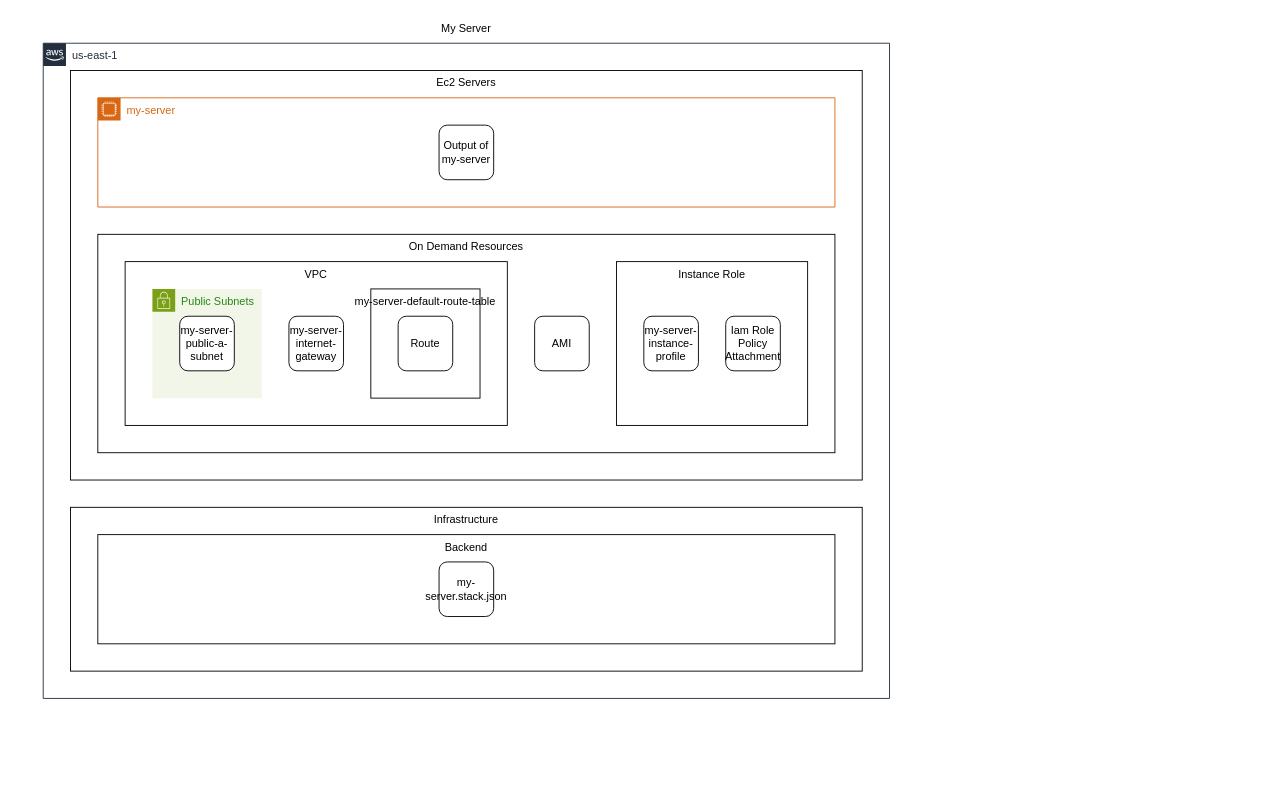
This is sites/www/src/docs/examples/show-cases/ec2-servers/output/my-server-all.drawio from dinghydev/dinghy, a draw.io file, before an edit. Source tidied: cells renumbered, new cells numbered last; positions are measured from the earlier drawing's top-left corner, leaving out a move shared by most shapes. Both pictures are drawn from the tidied source at 91%, with x=0, y=0 at pixel (15, 15).
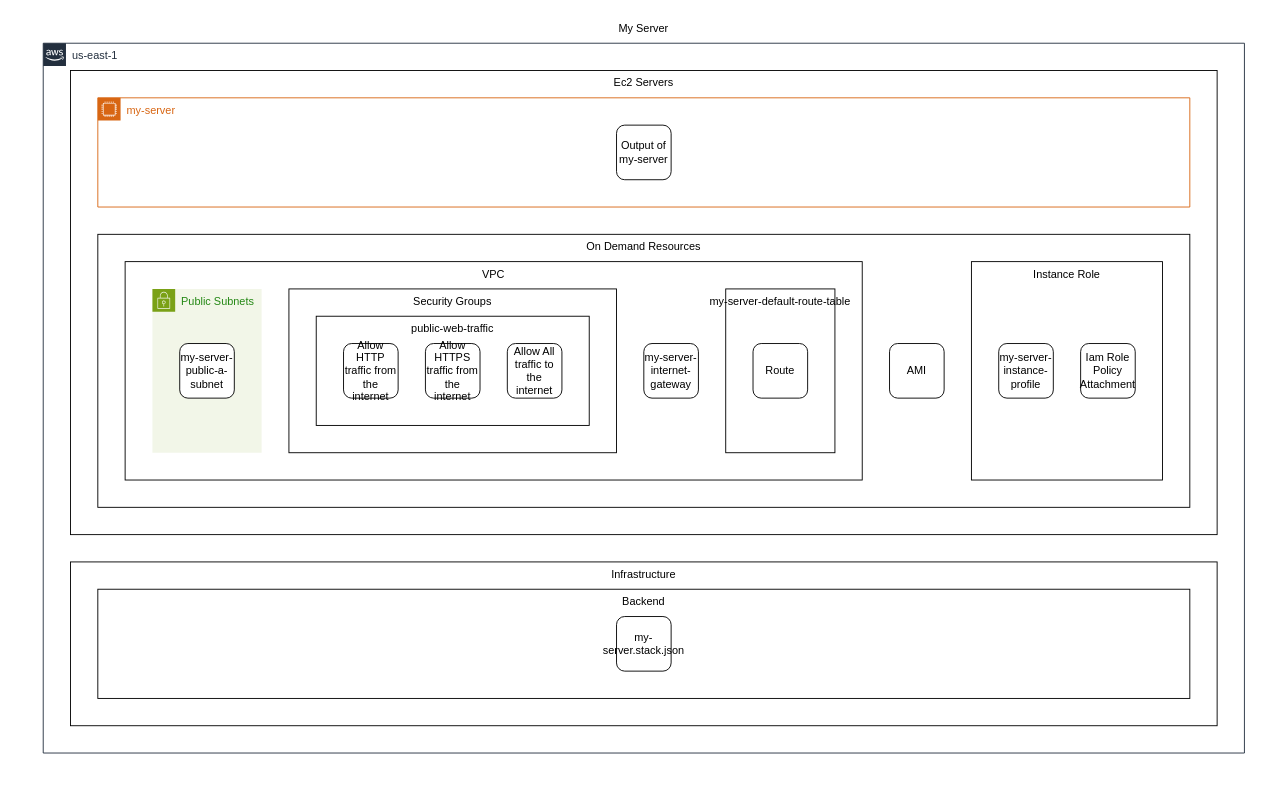
After the change.

The edit, as a diff of the source:
```diff
@@
     <mxCell id="2" value="My Server" style="verticalAlign=top;align=center;spacingLeft=5;spacingRight=5;spacingBottom=5;strokeColor=none;" parent="1" vertex="1">
-      <mxGeometry width="990" height="780" as="geometry" />
+      <mxGeometry width="1380" height="840" as="geometry" />
     </mxCell>
     <mxCell id="3" value="us-east-1" style="verticalAlign=top;align=left;spacingLeft=30;spacingRight=5;spacingBottom=5;gradientColor=none;html=1;whiteSpace=wrap;fontSize=12;fontStyle=0;shape=mxgraph.aws4.group;grIcon=mxgraph.aws4.group_aws_cloud_alt;strokeColor=#232F3E;fillColor=none;fontColor=#232F3E;dashed=0;" parent="2" vertex="1">
-      <mxGeometry x="30" y="30" width="930" height="720" as="geometry" />
+      <mxGeometry x="30" y="30" width="1320" height="780" as="geometry" />
     </mxCell>
     <mxCell id="4" value="Ec2 Servers" style="verticalAlign=top;align=center;spacingLeft=5;spacingRight=5;spacingBottom=5;" parent="3" vertex="1">
-      <mxGeometry x="30" y="30" width="870" height="450" as="geometry" />
+      <mxGeometry x="30" y="30" width="1260" height="510" as="geometry" />
     </mxCell>
     <mxCell id="5" value="my-server" style="verticalAlign=top;align=left;spacingLeft=30;spacingRight=5;spacingBottom=5;gradientColor=none;html=1;whiteSpace=wrap;fontSize=12;fontStyle=0;shape=mxgraph.aws4.group;grIcon=mxgraph.aws4.group_ec2_instance_contents;strokeColor=#D86613;fillColor=none;fontColor=#D86613;dashed=0;" parent="4" vertex="1">
-      <mxGeometry x="30" y="30" width="810" height="120" as="geometry" />
+      <mxGeometry x="30" y="30" width="1200" height="120" as="geometry" />
     </mxCell>
     <mxCell id="6" value="Output of my-server" style="rounded=1;whiteSpace=wrap;verticalAlign=middle;align=center;" parent="5" vertex="1">
-      <mxGeometry x="375" y="30" width="60" height="60" as="geometry" />
+      <mxGeometry x="570" y="30" width="60" height="60" as="geometry" />
     </mxCell>
     <mxCell id="7" value="On Demand Resources" style="verticalAlign=top;align=center;spacingLeft=5;spacingRight=5;spacingBottom=5;" parent="4" vertex="1">
-      <mxGeometry x="30" y="180" width="810" height="240" as="geometry" />
+      <mxGeometry x="30" y="180" width="1200" height="300" as="geometry" />
     </mxCell>
     <mxCell id="8" value="VPC" style="verticalAlign=top;align=center;spacingLeft=5;spacingRight=5;spacingBottom=5;" parent="7" vertex="1">
-      <mxGeometry x="30" y="30" width="420" height="180" as="geometry" />
+      <mxGeometry x="30" y="30" width="810" height="240" as="geometry" />
     </mxCell>
     <mxCell id="9" value="Public Subnets" style="verticalAlign=top;align=left;spacingLeft=30;spacingRight=5;spacingBottom=5;gradientColor=none;html=1;whiteSpace=wrap;fontSize=12;fontStyle=0;shape=mxgraph.aws4.group;grIcon=mxgraph.aws4.group_security_group;grStroke=0;strokeColor=#7AA116;fillColor=#F2F6E8;fontColor=#248814;dashed=0;" parent="8" vertex="1">
-      <mxGeometry x="30" y="30" width="120" height="120" as="geometry" />
+      <mxGeometry x="30" y="30" width="120" height="180" as="geometry" />
     </mxCell>
     <mxCell id="10" value="my-server-public-a-subnet" style="rounded=1;whiteSpace=wrap;verticalAlign=middle;align=center;" parent="9" vertex="1">
-      <mxGeometry x="30" y="30" width="60" height="60" as="geometry" />
+      <mxGeometry x="30" y="60" width="60" height="60" as="geometry" />
     </mxCell>
+    <mxCell id="21" value="Security Groups" style="verticalAlign=top;align=center;spacingLeft=5;spacingRight=5;spacingBottom=5;" parent="8" vertex="1">
+      <mxGeometry x="180" y="30" width="360" height="180" as="geometry" />
+    </mxCell>
+    <mxCell id="22" value="public-web-traffic" style="verticalAlign=top;align=center;spacingLeft=5;spacingRight=5;spacingBottom=5;" parent="21" vertex="1">
+      <mxGeometry x="30" y="30" width="300" height="120" as="geometry" />
+    </mxCell>
+    <mxCell id="23" value="Allow HTTP traffic from the internet" style="rounded=1;whiteSpace=wrap;verticalAlign=middle;align=center;" parent="22" vertex="1">
+      <mxGeometry x="30" y="30" width="60" height="60" as="geometry" />
+    </mxCell>
+    <mxCell id="24" value="Allow HTTPS traffic from the internet" style="rounded=1;whiteSpace=wrap;verticalAlign=middle;align=center;" parent="22" vertex="1">
+      <mxGeometry x="120" y="30" width="60" height="60" as="geometry" />
+    </mxCell>
+    <mxCell id="25" value="Allow All traffic to the internet" style="rounded=1;whiteSpace=wrap;verticalAlign=middle;align=center;" parent="22" vertex="1">
+      <mxGeometry x="210" y="30" width="60" height="60" as="geometry" />
+    </mxCell>
     <mxCell id="11" value="my-server-internet-gateway" style="rounded=1;whiteSpace=wrap;verticalAlign=middle;align=center;" parent="8" vertex="1">
-      <mxGeometry x="180" y="60" width="60" height="60" as="geometry" />
+      <mxGeometry x="570" y="90" width="60" height="60" as="geometry" />
     </mxCell>
     <mxCell id="12" value="my-server-default-route-table" style="verticalAlign=top;align=center;spacingLeft=5;spacingRight=5;spacingBottom=5;" parent="8" vertex="1">
-      <mxGeometry x="270" y="30" width="120" height="120" as="geometry" />
+      <mxGeometry x="660" y="30" width="120" height="180" as="geometry" />
     </mxCell>
     <mxCell id="13" value="Route" style="rounded=1;whiteSpace=wrap;verticalAlign=middle;align=center;" parent="12" vertex="1">
-      <mxGeometry x="30" y="30" width="60" height="60" as="geometry" />
+      <mxGeometry x="30" y="60" width="60" height="60" as="geometry" />
     </mxCell>
     <mxCell id="14" value="AMI" style="rounded=1;whiteSpace=wrap;verticalAlign=middle;align=center;" parent="7" vertex="1">
-      <mxGeometry x="480" y="90" width="60" height="60" as="geometry" />
+      <mxGeometry x="870" y="120" width="60" height="60" as="geometry" />
     </mxCell>
     <mxCell id="15" value="Instance Role" style="verticalAlign=top;align=center;spacingLeft=5;spacingRight=5;spacingBottom=5;" parent="7" vertex="1">
-      <mxGeometry x="570" y="30" width="210" height="180" as="geometry" />
+      <mxGeometry x="960" y="30" width="210" height="240" as="geometry" />
     </mxCell>
     <mxCell id="16" value="my-server-instance-profile" style="rounded=1;whiteSpace=wrap;verticalAlign=middle;align=center;" parent="15" vertex="1">
-      <mxGeometry x="30" y="60" width="60" height="60" as="geometry" />
+      <mxGeometry x="30" y="90" width="60" height="60" as="geometry" />
     </mxCell>
     <mxCell id="17" value="Iam Role Policy Attachment" style="rounded=1;whiteSpace=wrap;verticalAlign=middle;align=center;" parent="15" vertex="1">
-      <mxGeometry x="120" y="60" width="60" height="60" as="geometry" />
+      <mxGeometry x="120" y="90" width="60" height="60" as="geometry" />
     </mxCell>
     <mxCell id="18" value="Infrastructure" style="verticalAlign=top;align=center;spacingLeft=5;spacingRight=5;spacingBottom=5;" parent="3" vertex="1">
-      <mxGeometry x="30" y="510" width="870" height="180" as="geometry" />
+      <mxGeometry x="30" y="570" width="1260" height="180" as="geometry" />
     </mxCell>
     <mxCell id="19" value="Backend" style="verticalAlign=top;align=center;spacingLeft=5;spacingRight=5;spacingBottom=5;" parent="18" vertex="1">
-      <mxGeometry x="30" y="30" width="810" height="120" as="geometry" />
+      <mxGeometry x="30" y="30" width="1200" height="120" as="geometry" />
     </mxCell>
     <mxCell id="20" value="my-server.stack.json" style="rounded=1;whiteSpace=wrap;verticalAlign=middle;align=center;" parent="19" vertex="1">
-      <mxGeometry x="375" y="30" width="60" height="60" as="geometry" />
+      <mxGeometry x="570" y="30" width="60" height="60" as="geometry" />
     </mxCell>
```
